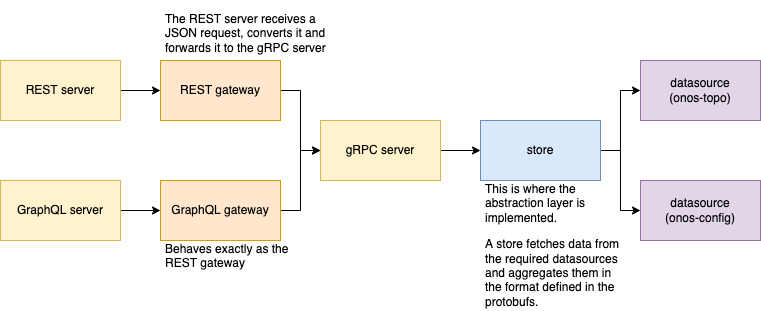
onosproject/aether-operations-api keeps this draw.io diagram as docs/assets/request-handling.png. Above is the earlier version. Source tidied: cells renumbered, new cells last; positions are measured from the earlier drawing's top-left corner, leaving out a move shared by most shapes.
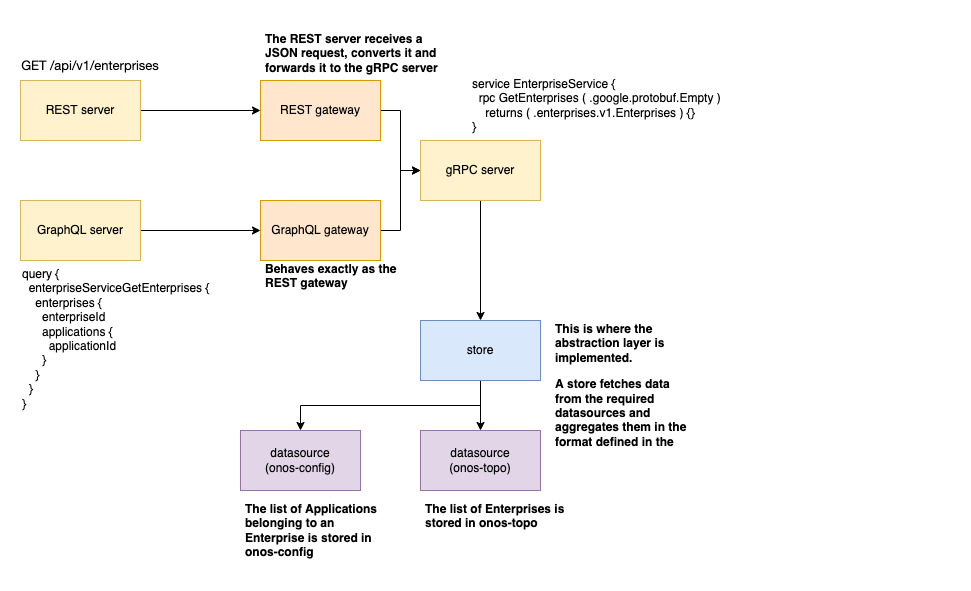
The same file after the commit.

Commit message:
updating docs to fix typo and make request handling diagram more specific to a single request

Diff of the diagram source:
```diff
@@ -16,51 +16,66 @@
     </mxCell>
     <mxCell id="6" style="edgeStyle=orthogonalEdgeStyle;rounded=0;jettySize=auto;html=1;exitX=1;exitY=0.5;exitDx=0;exitDy=0;" parent="1" edge="1" source="7">
       <mxGeometry relative="1" as="geometry">
-        <mxPoint x="320" y="140" as="targetPoint" />
+        <mxPoint x="400" y="140" as="targetPoint" />
         <Array as="points">
-          <mxPoint x="300" y="80" />
-          <mxPoint x="300" y="140" />
+          <mxPoint x="380" y="80" />
+          <mxPoint x="380" y="140" />
         </Array>
       </mxGeometry>
     </mxCell>
     <mxCell id="7" value="REST gateway" style="rounded=0;whiteSpace=wrap;html=1;fillColor=#ffe6cc;strokeColor=#d79b00;" parent="1" vertex="1">
-      <mxGeometry x="160" y="50" width="120" height="60" as="geometry" />
+      <mxGeometry x="240" y="50" width="120" height="60" as="geometry" />
     </mxCell>
     <mxCell id="8" style="edgeStyle=orthogonalEdgeStyle;rounded=0;jettySize=auto;html=1;exitX=1;exitY=0.5;exitDx=0;exitDy=0;entryX=0;entryY=0.5;entryDx=0;entryDy=0;" parent="1" edge="1" source="9" target="11">
       <mxGeometry relative="1" as="geometry" />
     </mxCell>
     <mxCell id="9" value="GraphQL gateway" style="rounded=0;whiteSpace=wrap;html=1;fillColor=#ffe6cc;strokeColor=#d79b00;" parent="1" vertex="1">
-      <mxGeometry x="160" y="170" width="120" height="60" as="geometry" />
+      <mxGeometry x="240" y="170" width="120" height="60" as="geometry" />
     </mxCell>
     <mxCell id="10" style="edgeStyle=orthogonalEdgeStyle;rounded=0;jettySize=auto;html=1;" parent="1" edge="1" source="11" target="14">
       <mxGeometry relative="1" as="geometry" />
     </mxCell>
     <mxCell id="11" value="gRPC server" style="rounded=0;whiteSpace=wrap;html=1;fillColor=#fff2cc;strokeColor=#d6b656;" parent="1" vertex="1">
-      <mxGeometry x="320" y="110" width="120" height="60" as="geometry" />
+      <mxGeometry x="400" y="110" width="120" height="60" as="geometry" />
     </mxCell>
-    <mxCell id="12" style="edgeStyle=orthogonalEdgeStyle;rounded=0;jettySize=auto;html=1;exitX=1;exitY=0.5;exitDx=0;exitDy=0;entryX=0;entryY=0.5;entryDx=0;entryDy=0;" parent="1" edge="1" source="14" target="15">
+    <mxCell id="12" style="edgeStyle=orthogonalEdgeStyle;rounded=0;jettySize=auto;html=1;exitX=0.5;exitY=1;exitDx=0;exitDy=0;" parent="1" edge="1" source="14" target="15">
       <mxGeometry relative="1" as="geometry" />
     </mxCell>
-    <mxCell id="13" style="edgeStyle=orthogonalEdgeStyle;rounded=0;jettySize=auto;html=1;exitX=1;exitY=0.5;exitDx=0;exitDy=0;entryX=0;entryY=0.5;entryDx=0;entryDy=0;" parent="1" edge="1" source="14" target="16">
+    <mxCell id="13" style="edgeStyle=orthogonalEdgeStyle;rounded=0;jettySize=auto;html=1;exitX=0.5;exitY=1;exitDx=0;exitDy=0;entryX=0.5;entryY=0;entryDx=0;entryDy=0;" parent="1" edge="1" source="14" target="16">
       <mxGeometry relative="1" as="geometry" />
     </mxCell>
     <mxCell id="14" value="store" style="rounded=0;whiteSpace=wrap;html=1;fillColor=#dae8fc;strokeColor=#6c8ebf;" parent="1" vertex="1">
-      <mxGeometry x="480" y="110" width="120" height="60" as="geometry" />
+      <mxGeometry x="400" y="290" width="120" height="60" as="geometry" />
     </mxCell>
     <mxCell id="15" value="datasource&lt;br&gt;(onos-topo)" style="rounded=0;whiteSpace=wrap;html=1;fillColor=#e1d5e7;strokeColor=#9673a6;" parent="1" vertex="1">
-      <mxGeometry x="640" y="50" width="120" height="60" as="geometry" />
+      <mxGeometry x="400" y="400" width="120" height="60" as="geometry" />
     </mxCell>
     <mxCell id="16" value="datasource&lt;br&gt;(onos-config)" style="rounded=0;whiteSpace=wrap;html=1;fillColor=#e1d5e7;strokeColor=#9673a6;" parent="1" vertex="1">
-      <mxGeometry x="640" y="170" width="120" height="60" as="geometry" />
+      <mxGeometry x="220" y="400" width="120" height="60" as="geometry" />
     </mxCell>
-    <mxCell id="17" value="&lt;p&gt;&lt;span style=&quot;font-weight: normal&quot;&gt;&lt;font style=&quot;font-size: 12px ; line-height: 1&quot;&gt;The REST server receives a JSON request, converts it and forwards it to the gRPC server&lt;/font&gt;&lt;/span&gt;&lt;/p&gt;" style="text;html=1;strokeColor=none;fillColor=none;spacing=5;spacingTop=-20;whiteSpace=wrap;overflow=hidden;rounded=0;" parent="1" vertex="1">
-      <mxGeometry x="160" width="190" height="50" as="geometry" />
+    <mxCell id="17" value="&lt;p&gt;&lt;span style=&quot;&quot;&gt;&lt;font style=&quot;font-size: 12px ; line-height: 1&quot;&gt;The REST server receives a JSON request, converts it and forwards it to the gRPC server&lt;/font&gt;&lt;/span&gt;&lt;/p&gt;" style="text;html=1;strokeColor=none;fillColor=none;spacing=5;spacingTop=-20;whiteSpace=wrap;overflow=hidden;rounded=0;fontStyle=1;" parent="1" vertex="1">
+      <mxGeometry x="240" width="190" height="50" as="geometry" />
     </mxCell>
-    <mxCell id="18" value="&lt;p&gt;Behaves exactly as the REST gateway&lt;/p&gt;" style="text;html=1;strokeColor=none;fillColor=none;spacing=5;spacingTop=-20;whiteSpace=wrap;overflow=hidden;rounded=0;" parent="1" vertex="1">
-      <mxGeometry x="160" y="230" width="150" height="50" as="geometry" />
+    <mxCell id="18" value="&lt;p&gt;Behaves exactly as the REST gateway&lt;/p&gt;" style="text;html=1;strokeColor=none;fillColor=none;spacing=5;spacingTop=-20;whiteSpace=wrap;overflow=hidden;rounded=0;fontStyle=1;" parent="1" vertex="1">
+      <mxGeometry x="240" y="230" width="150" height="50" as="geometry" />
     </mxCell>
-    <mxCell id="19" value="&lt;p&gt;This is where the abstraction layer is implemented.&lt;/p&gt;&lt;p&gt;A store fetches data from the required datasources and aggregates them in the format defined in the protobufs.&lt;/p&gt;" style="text;html=1;strokeColor=none;fillColor=none;spacing=5;spacingTop=-20;whiteSpace=wrap;overflow=hidden;rounded=0;" parent="1" vertex="1">
-      <mxGeometry x="480" y="170" width="150" height="130" as="geometry" />
+    <mxCell id="19" value="&lt;p&gt;This is where the abstraction layer is implemented.&lt;/p&gt;&lt;p&gt;A store fetches data from the required datasources and aggregates them in the format defined in the protobufs.&lt;/p&gt;" style="text;html=1;strokeColor=none;fillColor=none;spacing=5;spacingTop=-20;whiteSpace=wrap;overflow=hidden;rounded=0;fontStyle=1;" parent="1" vertex="1">
+      <mxGeometry x="530" y="290" width="150" height="130" as="geometry" />
     </mxCell>
+    <mxCell id="20" value="&lt;p class=&quot;p1&quot; style=&quot;margin: 0px ; font-stretch: normal ; font-size: 13px ; line-height: normal ; font-family: &amp;#34;helvetica neue&amp;#34;&quot;&gt;GET /api/v1/enterprises&lt;/p&gt;" style="text;html=1;strokeColor=none;fillColor=none;align=center;verticalAlign=middle;whiteSpace=wrap;rounded=0;" parent="1" vertex="1">
+      <mxGeometry y="20" width="140" height="30" as="geometry" />
+    </mxCell>
+    <mxCell id="21" value="query {&lt;br&gt;&amp;nbsp; enterpriseServiceGetEnterprises {&lt;br&gt;&amp;nbsp; &amp;nbsp; enterprises {&lt;br&gt;&amp;nbsp; &amp;nbsp; &amp;nbsp; enterpriseId&lt;br&gt;&lt;div&gt;&amp;nbsp; &amp;nbsp; &amp;nbsp; applications {&lt;/div&gt;&lt;div&gt;&amp;nbsp; &amp;nbsp; &amp;nbsp; &amp;nbsp; applicationId&lt;/div&gt;&lt;div&gt;&amp;nbsp; &amp;nbsp; &amp;nbsp; }&lt;/div&gt;&amp;nbsp; &amp;nbsp; }&lt;br&gt;&amp;nbsp; }&lt;br&gt;}" style="text;whiteSpace=wrap;html=1;fontFamily=Helvetica;fontColor=#000000;" parent="1" vertex="1">
+      <mxGeometry y="230" width="210" height="110" as="geometry" />
+    </mxCell>
+    <mxCell id="22" value="service EnterpriseService {&lt;br&gt;&amp;nbsp; rpc GetEnterprises ( .google.protobuf.Empty ) &lt;br&gt;&amp;nbsp; &amp;nbsp; returns ( .enterprises.v1.Enterprises ) {}&lt;br&gt;}" style="text;whiteSpace=wrap;html=1;fontFamily=Helvetica;fontColor=#000000;" parent="1" vertex="1">
+      <mxGeometry x="450" y="40" width="480" height="70" as="geometry" />
+    </mxCell>
+    <mxCell id="23" value="&lt;p&gt;The list of Enterprises is stored in onos-topo&lt;/p&gt;" style="text;html=1;strokeColor=none;fillColor=none;spacing=5;spacingTop=-20;whiteSpace=wrap;overflow=hidden;rounded=0;fontStyle=1;" parent="1" vertex="1">
+      <mxGeometry x="400" y="470" width="150" height="50" as="geometry" />
+    </mxCell>
+    <mxCell id="24" value="&lt;p&gt;The list of Applications belonging to an Enterprise is stored in onos-config&lt;/p&gt;" style="text;html=1;strokeColor=none;fillColor=none;spacing=5;spacingTop=-20;whiteSpace=wrap;overflow=hidden;rounded=0;fontStyle=1;" parent="1" vertex="1">
+      <mxGeometry x="220" y="470" width="150" height="70" as="geometry" />
+    </mxCell>
   </root>
 </mxGraphModel>
```
